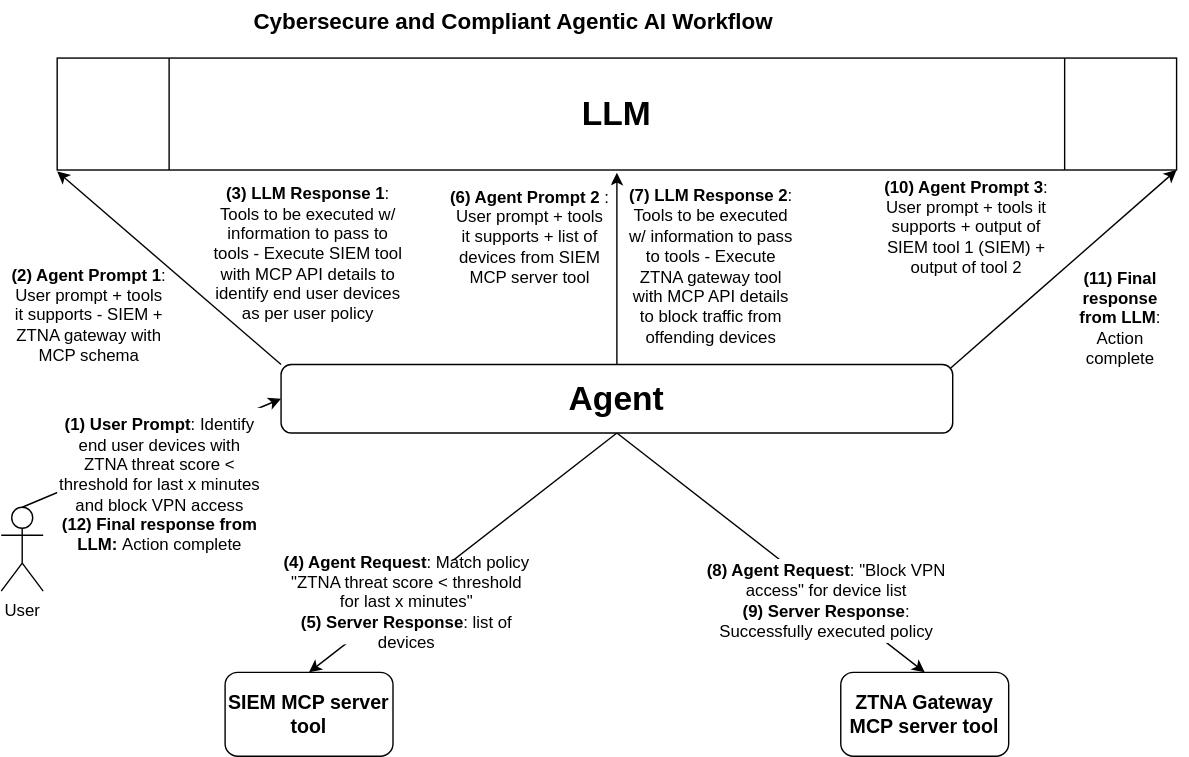
Earlier version of the draw.io export secure-agentic-workflow.svg (nedmsmith/draft-klspa-wimse-verifiable-geo-fence). Source tidied: cells renumbered, new cells last; positions are measured from the earlier drawing's top-left corner, leaving out a move shared by most shapes.
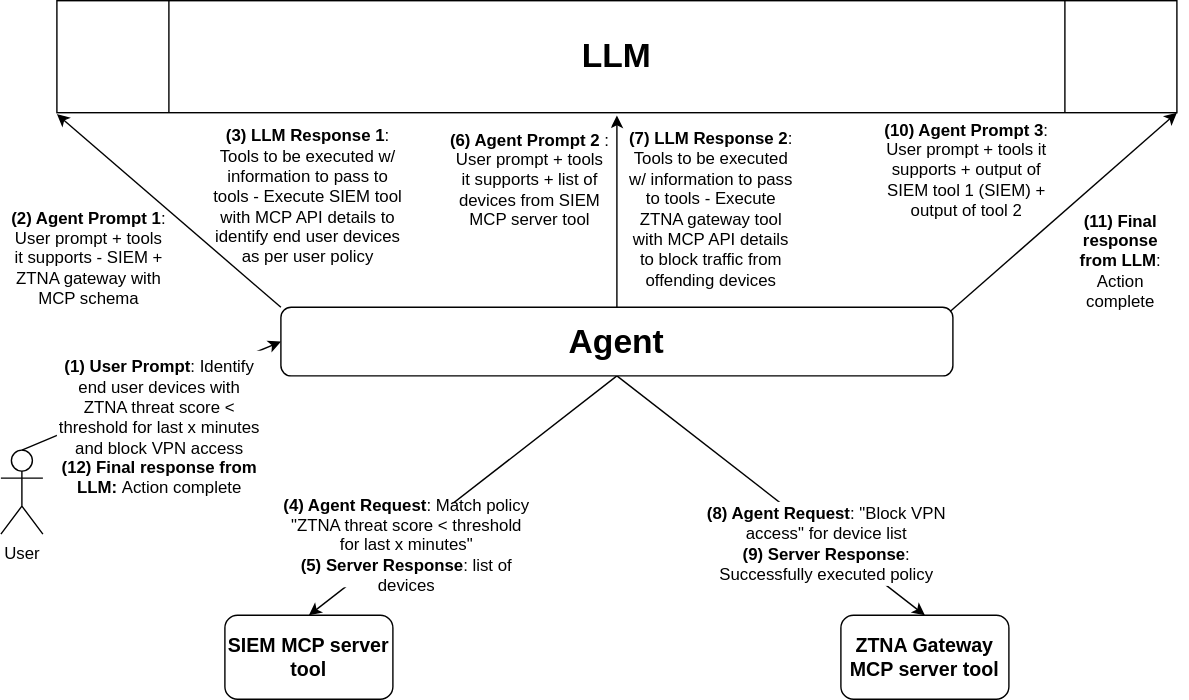
Above is the later version.

Change to the diagram source:
```diff
@@ -10,9 +10,6 @@
         <mxPoint x="40" y="122" as="targetPoint" />
       </mxGeometry>
     </mxCell>
-    <mxCell id="4" value="&lt;b&gt;&lt;font style=&quot;font-size: 16px;&quot;&gt;Cybersecure and Compliant Agentic AI Workflow&amp;nbsp;&lt;/font&gt;&lt;/b&gt;" style="text;html=1;align=center;verticalAlign=middle;strokeColor=none;fillColor=none;" parent="1" vertex="1">
-      <mxGeometry x="168" width="400" height="30" as="geometry" />
-    </mxCell>
     <mxCell id="5" value="&lt;p&gt;&lt;b&gt;&lt;font style=&quot;font-size: 12px;&quot;&gt;(3) LLM Response 1&lt;/font&gt;&lt;/b&gt;: Tools to be executed w/ information to pass to tools - Execute SIEM tool with MCP API details to identify end user devices as per user policy&lt;/p&gt;" style="text;html=1;align=center;verticalAlign=middle;whiteSpace=wrap;rounded=0;" parent="1" vertex="1">
       <mxGeometry x="149" y="121" width="141" height="120" as="geometry" />
     </mxCell>
```
